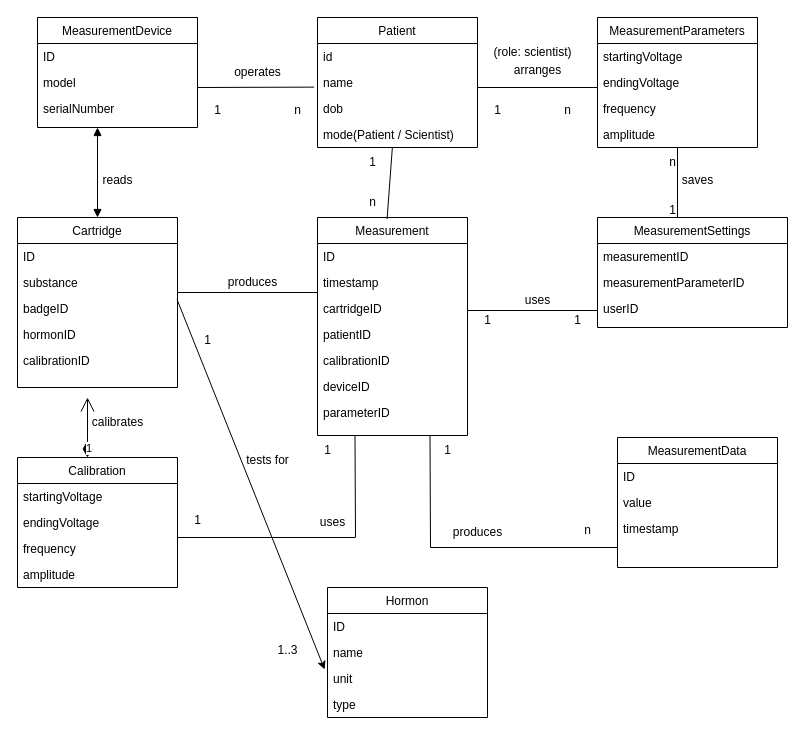
Earlier version of the draw.io diagram Kopie von Unbenanntes Diagramm.drawio (therubenation/SpringBootUpAndRunning). Source tidied: cells renumbered, new cells numbered last; positions are measured from the earlier drawing's top-left corner, leaving out a move shared by most shapes. Both pictures are drawn from the tidied source at 100%, with x=0, y=0 at pixel (17, 17).
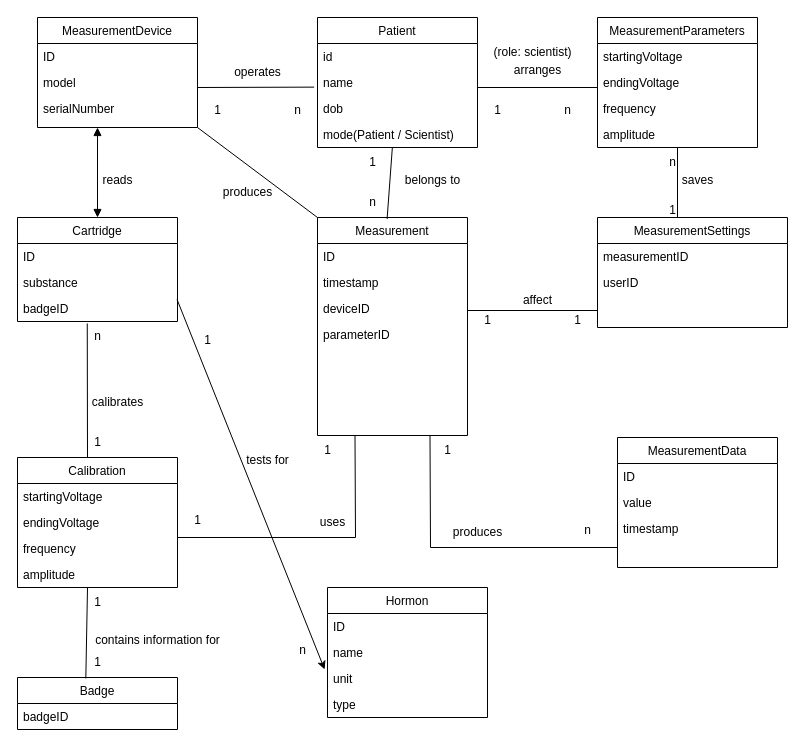
The same diagram, later.

Commit message:
removal foreignKeys

The change refers to these unchanged cells:
```xml
<mxCell id="7" value="Measurement" style="swimlane;fontStyle=0;align=center;verticalAlign=top;horizontal=1;startSize=26;rounded=0;shadow=0;strokeWidth=1;" parent="1" vertex="1">
  <mxGeometry x="300" y="200" width="150" height="218" as="geometry" />
</mxCell>
<mxCell id="18" value="badgeID&#10;" style="text;align=left;verticalAlign=top;spacingLeft=4;spacingRight=4;overflow=hidden;points=[[0,0.5],[1,0.5]];portConstraint=eastwest;rounded=0;shadow=0;html=0;" parent="15" vertex="1">
  <mxGeometry y="78" width="160" height="26" as="geometry" />
</mxCell>
<mxCell id="25" value="MeasurementDevice" style="swimlane;fontStyle=0;align=center;verticalAlign=top;horizontal=1;startSize=26;rounded=0;shadow=0;strokeWidth=1;" parent="1" vertex="1">
  <mxGeometry x="20" width="160" height="110" as="geometry" />
</mxCell>
<mxCell id="29" value="MeasurementSettings" style="swimlane;fontStyle=0;align=center;verticalAlign=top;horizontal=1;startSize=26;rounded=0;shadow=0;strokeWidth=1;" parent="1" vertex="1">
  <mxGeometry x="580" y="200" width="190" height="110" as="geometry" />
</mxCell>
<mxCell id="44" value="Calibration" style="swimlane;fontStyle=0;align=center;verticalAlign=top;horizontal=1;startSize=26;rounded=0;shadow=0;strokeWidth=1;" parent="1" vertex="1">
  <mxGeometry y="440" width="160" height="130" as="geometry" />
</mxCell>
```

What changed in the source:
```diff
@@
-    <mxCell id="10" value="cartridgeID" style="text;align=left;verticalAlign=top;spacingLeft=4;spacingRight=4;overflow=hidden;rounded=0;shadow=0;html=0;" parent="7" vertex="1">
-      <mxGeometry y="78" width="150" height="26" as="geometry" />
-    </mxCell>
-    <mxCell id="11" value="patientID" style="text;align=left;verticalAlign=top;spacingLeft=4;spacingRight=4;overflow=hidden;rounded=0;shadow=0;html=0;" parent="7" vertex="1">
-      <mxGeometry y="104" width="150" height="26" as="geometry" />
-    </mxCell>
-    <mxCell id="12" value="calibrationID" style="text;align=left;verticalAlign=top;spacingLeft=4;spacingRight=4;overflow=hidden;rounded=0;shadow=0;html=0;" parent="7" vertex="1">
-      <mxGeometry y="130" width="150" height="26" as="geometry" />
-    </mxCell>
     <mxCell id="13" value="deviceID" style="text;align=left;verticalAlign=top;spacingLeft=4;spacingRight=4;overflow=hidden;rounded=0;shadow=0;html=0;" parent="7" vertex="1">
-      <mxGeometry y="156" width="150" height="26" as="geometry" />
+      <mxGeometry y="78" width="150" height="26" as="geometry" />
     </mxCell>
     <mxCell id="14" value="parameterID" style="text;align=left;verticalAlign=top;spacingLeft=4;spacingRight=4;overflow=hidden;rounded=0;shadow=0;html=0;" parent="7" vertex="1">
-      <mxGeometry y="182" width="150" height="26" as="geometry" />
+      <mxGeometry y="104" width="150" height="26" as="geometry" />
     </mxCell>
     <mxCell id="15" value="Cartridge" style="swimlane;fontStyle=0;align=center;verticalAlign=top;horizontal=1;startSize=26;rounded=0;shadow=0;strokeWidth=1;" parent="1" vertex="1">
-      <mxGeometry y="200" width="160" height="170" as="geometry" />
+      <mxGeometry y="200" width="160" height="104" as="geometry" />
     </mxCell>
@@
-    <mxCell id="19" value="hormonID" style="text;align=left;verticalAlign=top;spacingLeft=4;spacingRight=4;overflow=hidden;rounded=0;shadow=0;html=0;" parent="15" vertex="1">
-      <mxGeometry y="104" width="160" height="26" as="geometry" />
-    </mxCell>
-    <mxCell id="20" value="calibrationID" style="text;align=left;verticalAlign=top;spacingLeft=4;spacingRight=4;overflow=hidden;rounded=0;shadow=0;html=0;" parent="15" vertex="1">
-      <mxGeometry y="130" width="160" height="26" as="geometry" />
-    </mxCell>
@@
-    <mxCell id="31" value="measurementParameterID" style="text;align=left;verticalAlign=top;spacingLeft=4;spacingRight=4;overflow=hidden;rounded=0;shadow=0;html=0;" parent="29" vertex="1">
-      <mxGeometry y="52" width="190" height="26" as="geometry" />
-    </mxCell>
     <mxCell id="32" value="userID" style="text;align=left;verticalAlign=top;spacingLeft=4;spacingRight=4;overflow=hidden;rounded=0;shadow=0;html=0;" parent="29" vertex="1">
-      <mxGeometry y="78" width="190" height="26" as="geometry" />
+      <mxGeometry y="52" width="190" height="26" as="geometry" />
     </mxCell>
@@
-    <mxCell id="45" value="1" style="endArrow=open;html=1;endSize=12;startArrow=diamondThin;startSize=14;startFill=1;edgeStyle=orthogonalEdgeStyle;align=left;verticalAlign=bottom;rounded=0;" parent="44" edge="1">
-      <mxGeometry x="-1" y="3" relative="1" as="geometry">
-        <mxPoint x="70" as="sourcePoint" />
-        <mxPoint x="70" y="-60" as="targetPoint" />
-      </mxGeometry>
-    </mxCell>
+    <mxCell id="86" style="endArrow=none;html=1;rounded=0;entryX=0.436;entryY=1.077;entryDx=0;entryDy=0;entryPerimeter=0;" parent="44" edge="1" target="18">
+      <mxGeometry relative="1" as="geometry">
+        <mxPoint x="70" as="sourcePoint" />
+      </mxGeometry>
+    </mxCell>
@@
-    <mxCell id="53" value="uses" style="text;html=1;align=center;verticalAlign=middle;strokeColor=none;fillColor=none;" parent="1" vertex="1">
+    <mxCell id="53" value="affect" style="text;html=1;align=center;verticalAlign=middle;strokeColor=none;fillColor=none;" parent="1" vertex="1">
       <mxGeometry x="495" y="268" width="50" height="30" as="geometry" />
     </mxCell>
@@
     <mxCell id="56" value="calibrates" style="text;html=1;align=center;verticalAlign=middle;strokeColor=none;fillColor=none;" parent="1" vertex="1">
-      <mxGeometry x="65" y="390" width="70" height="30" as="geometry" />
+      <mxGeometry x="65" y="370" width="70" height="30" as="geometry" />
     </mxCell>
     <mxCell id="57" value="produces" style="text;html=1;align=center;verticalAlign=middle;strokeColor=none;fillColor=none;" parent="1" vertex="1">
-      <mxGeometry x="200" y="250" width="70" height="30" as="geometry" />
+      <mxGeometry x="195" y="160" width="70" height="30" as="geometry" />
     </mxCell>
@@
-    <mxCell id="70" style="line;strokeWidth=1;dashed=0;labelPosition=right;align=left;verticalAlign=middle;spacingTop=0;spacingLeft=6;" parent="1" vertex="1">
-      <mxGeometry x="160" y="270" width="140" height="10" as="geometry" />
-    </mxCell>
@@
-    <mxCell id="72" value="1..3" style="text;html=1;align=center;verticalAlign=middle;strokeColor=none;fillColor=none;" parent="1" vertex="1">
-      <mxGeometry x="250" y="618" width="40" height="30" as="geometry" />
+    <mxCell id="72" value="n" style="text;html=1;align=center;verticalAlign=middle;strokeColor=none;fillColor=none;" parent="1" vertex="1">
+      <mxGeometry x="270" y="618" width="30" height="30" as="geometry" />
     </mxCell>
@@
+    <mxCell id="87" value="belongs to" style="text;html=1;align=center;verticalAlign=middle;strokeColor=none;fillColor=none;" parent="1" vertex="1">
+      <mxGeometry x="375" y="148" width="80" height="30" as="geometry" />
+    </mxCell>
+    <mxCell id="88" value="Badge" style="swimlane;fontStyle=0;align=center;verticalAlign=top;horizontal=1;startSize=26;rounded=0;shadow=0;strokeWidth=1;" parent="1" vertex="1">
+      <mxGeometry y="660" width="160" height="52" as="geometry" />
+    </mxCell>
+    <mxCell id="89" value="badgeID" style="text;align=left;verticalAlign=top;spacingLeft=4;spacingRight=4;overflow=hidden;" parent="88" vertex="1">
+      <mxGeometry y="26" width="160" height="26" as="geometry" />
+    </mxCell>
+    <mxCell id="90" value="n" style="text;html=1;align=center;verticalAlign=middle;strokeColor=none;fillColor=none;" parent="1" vertex="1">
+      <mxGeometry x="65" y="304" width="30" height="30" as="geometry" />
+    </mxCell>
+    <mxCell id="91" value="1" style="text;html=1;align=center;verticalAlign=middle;strokeColor=none;fillColor=none;" parent="1" vertex="1">
+      <mxGeometry x="65" y="410" width="30" height="30" as="geometry" />
+    </mxCell>
+    <mxCell id="92" style="endArrow=none;html=1;rounded=0;entryX=0.427;entryY=0.019;entryDx=0;entryDy=0;entryPerimeter=0;" parent="1" edge="1" target="88">
+      <mxGeometry relative="1" as="geometry">
+        <mxPoint x="70" y="570" as="sourcePoint" />
+      </mxGeometry>
+    </mxCell>
+    <mxCell id="93" value="contains information for" style="text;html=1;align=center;verticalAlign=middle;strokeColor=none;fillColor=none;" parent="1" vertex="1">
+      <mxGeometry x="65" y="608" width="150" height="30" as="geometry" />
+    </mxCell>
+    <mxCell id="94" value="1" style="text;html=1;align=center;verticalAlign=middle;strokeColor=none;fillColor=none;" parent="1" vertex="1">
+      <mxGeometry x="65" y="630" width="30" height="30" as="geometry" />
+    </mxCell>
+    <mxCell id="95" value="1" style="text;html=1;align=center;verticalAlign=middle;strokeColor=none;fillColor=none;" parent="1" vertex="1">
+      <mxGeometry x="65" y="570" width="30" height="30" as="geometry" />
+    </mxCell>
+    <mxCell id="96" style="endArrow=none;html=1;rounded=0;entryX=1;entryY=1;entryDx=0;entryDy=0;exitX=0;exitY=0;exitDx=0;exitDy=0;" parent="1" edge="1" source="7" target="25">
+      <mxGeometry relative="1" as="geometry" />
+    </mxCell>
```
